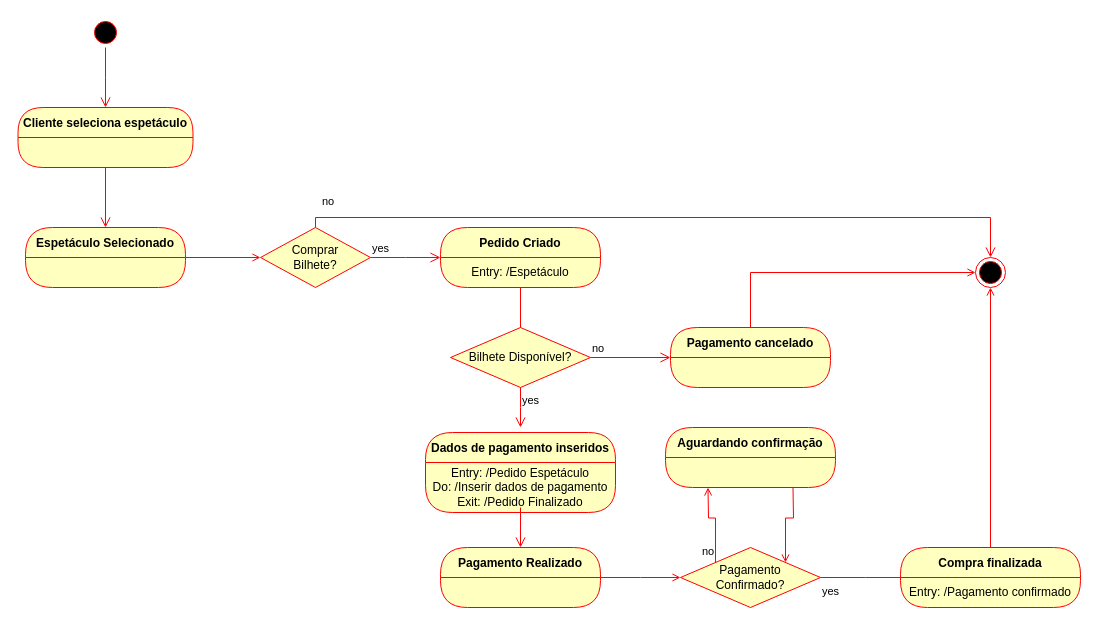
YuriMeloC/AOOFacul keeps this draw.io diagram as Tarefa 4 -  Diagrama de Estados e Atividades/Diagrama de Estados.drawio. Above is the earlier version. Source tidied: cells renumbered, new cells numbered last; positions are measured from the earlier drawing's top-left corner, leaving out a move shared by most shapes. Both pictures are drawn from the tidied source at 100%, with x=0, y=0 at pixel (18, 17).
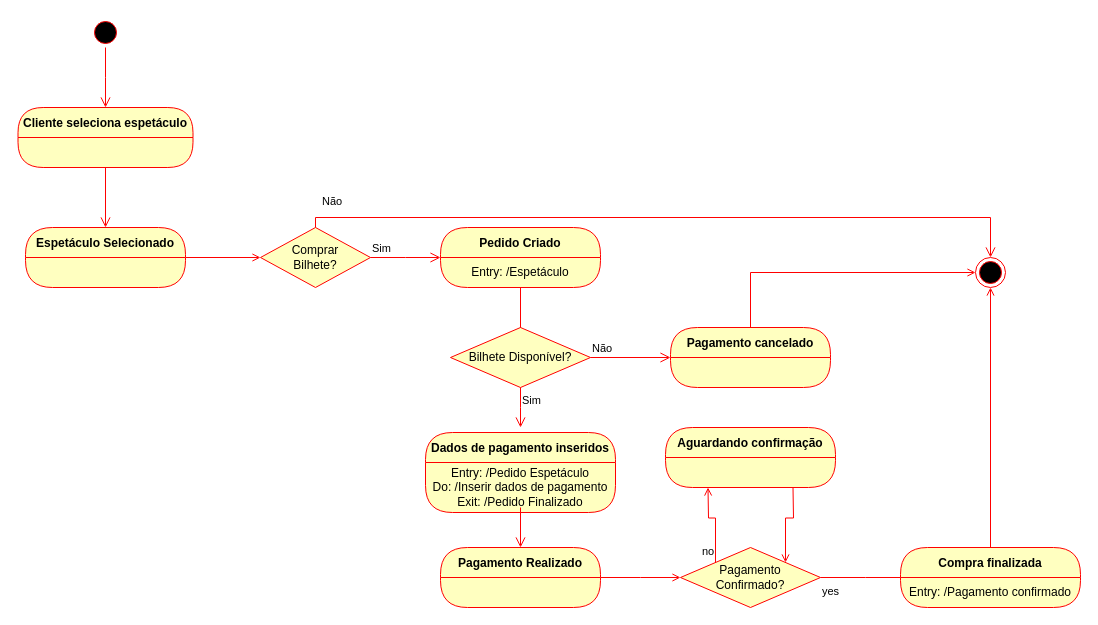
After the change.

The change refers to these unchanged cells:
```xml
<mxCell id="8" value="Bilhete Disponível?" style="rhombus;whiteSpace=wrap;html=1;fillColor=#ffffc0;strokeColor=#ff0000;" parent="1" vertex="1">
  <mxGeometry x="432" y="310" width="140" height="60" as="geometry" />
</mxCell>
<mxCell id="12" value="Pagamento cancelado" style="swimlane;fontStyle=1;align=center;verticalAlign=middle;horizontal=1;startSize=30;fontColor=#000000;rounded=1;arcSize=30;strokeColor=#ff0000;fillColor=#ffffc0;swimlaneFillColor=#ffffc0;" parent="1" vertex="1">
  <mxGeometry x="652" y="310" width="160" height="60" as="geometry" />
</mxCell>
<mxCell id="23" value="Comprar&lt;br&gt;Bilhete?" style="rhombus;whiteSpace=wrap;html=1;fillColor=#ffffc0;strokeColor=#ff0000;" parent="1" vertex="1">
  <mxGeometry x="242" y="210" width="110" height="60" as="geometry" />
</mxCell>
```

Change to the diagram source:
```diff
@@
-    <mxCell id="9" value="no" style="edgeStyle=orthogonalEdgeStyle;html=1;align=left;verticalAlign=bottom;endArrow=open;endSize=8;strokeColor=#ff0000;rounded=0;entryX=0;entryY=0.5;entryDx=0;entryDy=0;" parent="1" edge="1" source="8" target="12">
+    <mxCell id="9" value="Não" style="edgeStyle=orthogonalEdgeStyle;html=1;align=left;verticalAlign=bottom;endArrow=open;endSize=8;strokeColor=#ff0000;rounded=0;entryX=0;entryY=0.5;entryDx=0;entryDy=0;" parent="1" edge="1" source="8" target="12">
       <mxGeometry x="-1" relative="1" as="geometry" />
     </mxCell>
-    <mxCell id="10" value="yes" style="edgeStyle=orthogonalEdgeStyle;html=1;align=left;verticalAlign=top;endArrow=open;endSize=8;strokeColor=#ff0000;rounded=0;" parent="1" edge="1" source="8">
+    <mxCell id="10" value="Sim" style="edgeStyle=orthogonalEdgeStyle;html=1;align=left;verticalAlign=top;endArrow=open;endSize=8;strokeColor=#ff0000;rounded=0;" parent="1" edge="1" source="8">
       <mxGeometry x="-1" relative="1" as="geometry">
         <mxPoint x="502" y="410" as="targetPoint" />
       </mxGeometry>
     </mxCell>
@@
-    <mxCell id="24" value="yes" style="edgeStyle=orthogonalEdgeStyle;html=1;align=left;verticalAlign=bottom;endArrow=open;endSize=8;strokeColor=#ff0000;rounded=0;" parent="1" edge="1" source="23">
+    <mxCell id="24" value="Sim" style="edgeStyle=orthogonalEdgeStyle;html=1;align=left;verticalAlign=bottom;endArrow=open;endSize=8;strokeColor=#ff0000;rounded=0;" parent="1" edge="1" source="23">
       <mxGeometry x="-1" relative="1" as="geometry">
         <mxPoint x="422" y="240" as="targetPoint" />
       </mxGeometry>
     </mxCell>
@@
-    <mxCell id="26" value="&lt;span style=&quot;color: rgb(0 , 0 , 0) ; font-family: &amp;#34;helvetica&amp;#34; ; font-size: 11px ; font-style: normal ; font-weight: 400 ; letter-spacing: normal ; text-align: left ; text-indent: 0px ; text-transform: none ; word-spacing: 0px ; background-color: rgb(255 , 255 , 255) ; display: inline ; float: none&quot;&gt;no&lt;/span&gt;" style="text;whiteSpace=wrap;html=1;" parent="1" vertex="1">
+    <mxCell id="26" value="&lt;span style=&quot;color: rgb(0 , 0 , 0) ; font-family: &amp;#34;helvetica&amp;#34; ; font-size: 11px ; font-style: normal ; font-weight: 400 ; letter-spacing: normal ; text-align: left ; text-indent: 0px ; text-transform: none ; word-spacing: 0px ; background-color: rgb(255 , 255 , 255) ; display: inline ; float: none&quot;&gt;Não&lt;/span&gt;" style="text;whiteSpace=wrap;html=1;" parent="1" vertex="1">
       <mxGeometry x="302" y="170" width="40" height="30" as="geometry" />
     </mxCell>
```
